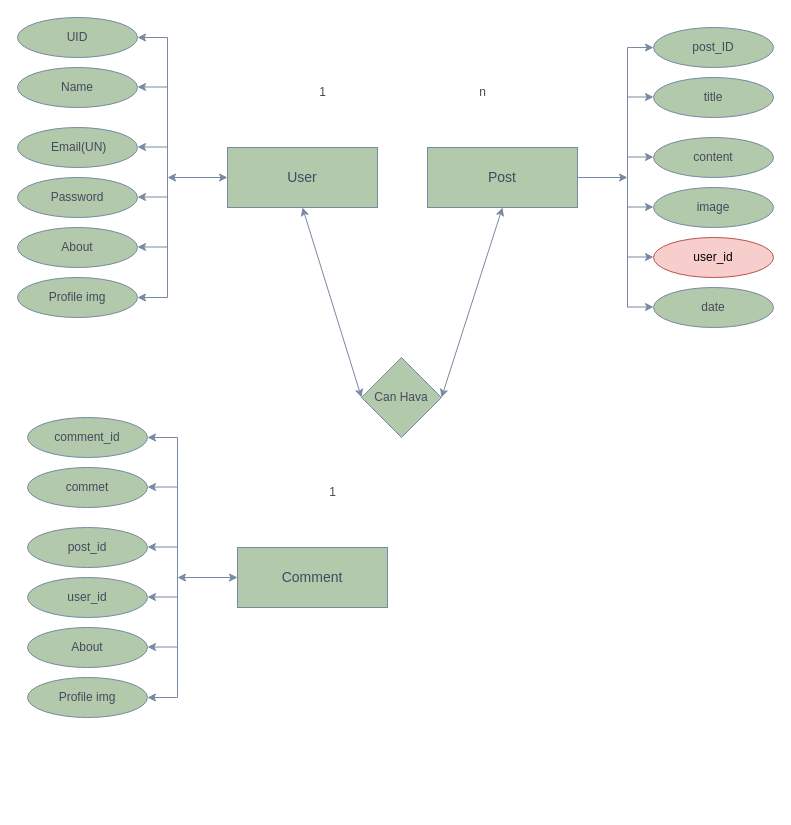
Before: BlogWala Details/Untitled Diagram.drawio in iamsatyamyadav/Blogwala, a draw.io diagram. Source tidied: cells renumbered, new cells numbered last; positions are measured from the earlier drawing's top-left corner, leaving out a move shared by most shapes. Both pictures are drawn from the tidied source at 100%, with x=0, y=0 at pixel (17, 17).
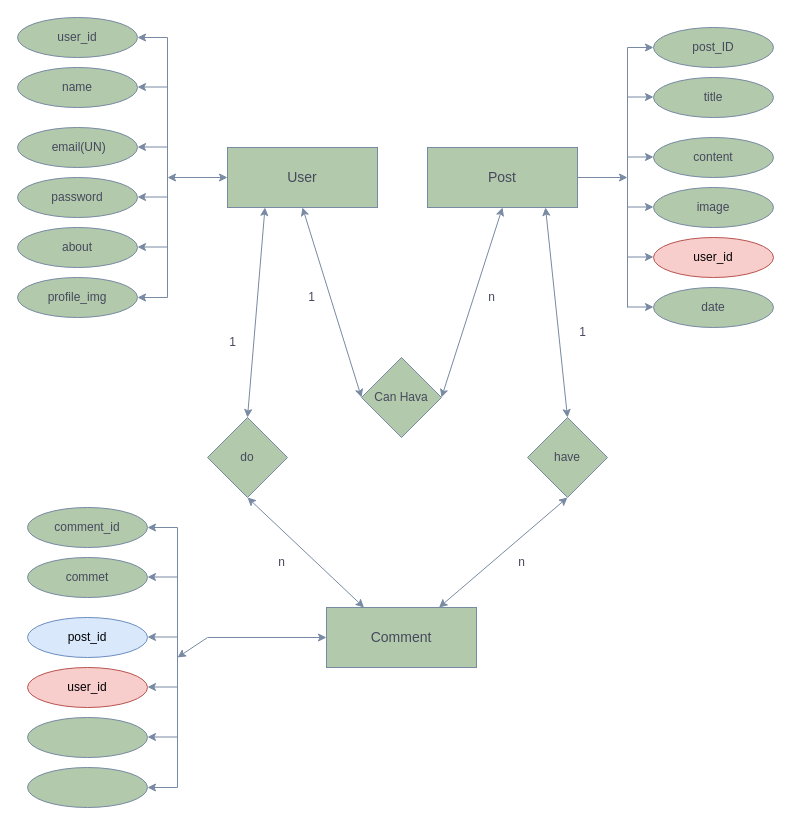
The same page after the edit.

Unchanged cells that the change refers to:
```xml
<mxCell id="16" value="&lt;font style=&quot;font-size: 14px;&quot;&gt;User&lt;/font&gt;" style="rounded=0;whiteSpace=wrap;html=1;labelBackgroundColor=none;fillColor=#B2C9AB;strokeColor=#788AA3;fontColor=#46495D;" parent="1" vertex="1">
  <mxGeometry x="210" y="130" width="150" height="60" as="geometry" />
</mxCell>
```

What changed in the source:
```diff
@@
-    <mxCell id="2" value="UID" style="ellipse;whiteSpace=wrap;html=1;rounded=0;labelBackgroundColor=none;fillColor=#B2C9AB;strokeColor=#788AA3;fontColor=#46495D;" parent="1" vertex="1">
+    <mxCell id="2" value="user_id" style="ellipse;whiteSpace=wrap;html=1;rounded=0;labelBackgroundColor=none;fillColor=#B2C9AB;strokeColor=#788AA3;fontColor=#46495D;" parent="1" vertex="1">
       <mxGeometry width="120" height="40" as="geometry" />
     </mxCell>
-    <mxCell id="3" value="Name" style="ellipse;whiteSpace=wrap;html=1;rounded=0;labelBackgroundColor=none;fillColor=#B2C9AB;strokeColor=#788AA3;fontColor=#46495D;" parent="1" vertex="1">
+    <mxCell id="3" value="name" style="ellipse;whiteSpace=wrap;html=1;rounded=0;labelBackgroundColor=none;fillColor=#B2C9AB;strokeColor=#788AA3;fontColor=#46495D;" parent="1" vertex="1">
       <mxGeometry y="50" width="120" height="40" as="geometry" />
     </mxCell>
-    <mxCell id="4" value="&amp;nbsp;Email(UN)" style="ellipse;whiteSpace=wrap;html=1;rounded=0;labelBackgroundColor=none;fillColor=#B2C9AB;strokeColor=#788AA3;fontColor=#46495D;" parent="1" vertex="1">
+    <mxCell id="4" value="&amp;nbsp;email(UN)" style="ellipse;whiteSpace=wrap;html=1;rounded=0;labelBackgroundColor=none;fillColor=#B2C9AB;strokeColor=#788AA3;fontColor=#46495D;" parent="1" vertex="1">
       <mxGeometry y="110" width="120" height="40" as="geometry" />
     </mxCell>
-    <mxCell id="5" value="Password" style="ellipse;whiteSpace=wrap;html=1;rounded=0;labelBackgroundColor=none;fillColor=#B2C9AB;strokeColor=#788AA3;fontColor=#46495D;" parent="1" vertex="1">
+    <mxCell id="5" value="password" style="ellipse;whiteSpace=wrap;html=1;rounded=0;labelBackgroundColor=none;fillColor=#B2C9AB;strokeColor=#788AA3;fontColor=#46495D;" parent="1" vertex="1">
       <mxGeometry y="160" width="120" height="40" as="geometry" />
     </mxCell>
-    <mxCell id="6" value="About" style="ellipse;whiteSpace=wrap;html=1;rounded=0;labelBackgroundColor=none;fillColor=#B2C9AB;strokeColor=#788AA3;fontColor=#46495D;" parent="1" vertex="1">
+    <mxCell id="6" value="about" style="ellipse;whiteSpace=wrap;html=1;rounded=0;labelBackgroundColor=none;fillColor=#B2C9AB;strokeColor=#788AA3;fontColor=#46495D;" parent="1" vertex="1">
       <mxGeometry y="210" width="120" height="40" as="geometry" />
     </mxCell>
-    <mxCell id="7" value="Profile img" style="ellipse;whiteSpace=wrap;html=1;rounded=0;labelBackgroundColor=none;fillColor=#B2C9AB;strokeColor=#788AA3;fontColor=#46495D;" parent="1" vertex="1">
+    <mxCell id="7" value="profile_img" style="ellipse;whiteSpace=wrap;html=1;rounded=0;labelBackgroundColor=none;fillColor=#B2C9AB;strokeColor=#788AA3;fontColor=#46495D;" parent="1" vertex="1">
       <mxGeometry y="260" width="120" height="40" as="geometry" />
     </mxCell>
@@
     <mxCell id="35" value="1" style="text;html=1;align=center;verticalAlign=middle;strokeColor=none;fillColor=none;fontColor=#46495D;" parent="1" vertex="1">
-      <mxGeometry x="290" y="60" width="30" height="30" as="geometry" />
+      <mxGeometry x="279" y="265" width="30" height="30" as="geometry" />
     </mxCell>
     <mxCell id="36" value="n" style="text;html=1;align=center;verticalAlign=middle;strokeColor=none;fillColor=none;fontColor=#46495D;" parent="1" vertex="1">
-      <mxGeometry x="450" y="60" width="30" height="30" as="geometry" />
+      <mxGeometry x="459" y="265" width="30" height="30" as="geometry" />
     </mxCell>
     <mxCell id="37" value="comment_id" style="ellipse;whiteSpace=wrap;html=1;rounded=0;labelBackgroundColor=none;fillColor=#B2C9AB;strokeColor=#788AA3;fontColor=#46495D;" parent="1" vertex="1">
-      <mxGeometry x="10" y="400" width="120" height="40" as="geometry" />
+      <mxGeometry x="10" y="490" width="120" height="40" as="geometry" />
     </mxCell>
     <mxCell id="38" value="commet" style="ellipse;whiteSpace=wrap;html=1;rounded=0;labelBackgroundColor=none;fillColor=#B2C9AB;strokeColor=#788AA3;fontColor=#46495D;" parent="1" vertex="1">
-      <mxGeometry x="10" y="450" width="120" height="40" as="geometry" />
+      <mxGeometry x="10" y="540" width="120" height="40" as="geometry" />
     </mxCell>
-    <mxCell id="39" value="post_id" style="ellipse;whiteSpace=wrap;html=1;rounded=0;labelBackgroundColor=none;fillColor=#B2C9AB;strokeColor=#788AA3;fontColor=#46495D;" parent="1" vertex="1">
-      <mxGeometry x="10" y="510" width="120" height="40" as="geometry" />
+    <mxCell id="39" value="post_id" style="ellipse;whiteSpace=wrap;html=1;rounded=0;labelBackgroundColor=none;fillColor=#dae8fc;strokeColor=#6c8ebf;" parent="1" vertex="1">
+      <mxGeometry x="10" y="600" width="120" height="40" as="geometry" />
     </mxCell>
-    <mxCell id="40" value="user_id" style="ellipse;whiteSpace=wrap;html=1;rounded=0;labelBackgroundColor=none;fillColor=#B2C9AB;strokeColor=#788AA3;fontColor=#46495D;" parent="1" vertex="1">
-      <mxGeometry x="10" y="560" width="120" height="40" as="geometry" />
+    <mxCell id="40" value="user_id" style="ellipse;whiteSpace=wrap;html=1;rounded=0;labelBackgroundColor=none;fillColor=#f8cecc;strokeColor=#b85450;" parent="1" vertex="1">
+      <mxGeometry x="10" y="650" width="120" height="40" as="geometry" />
     </mxCell>
-    <mxCell id="41" value="About" style="ellipse;whiteSpace=wrap;html=1;rounded=0;labelBackgroundColor=none;fillColor=#B2C9AB;strokeColor=#788AA3;fontColor=#46495D;" parent="1" vertex="1">
-      <mxGeometry x="10" y="610" width="120" height="40" as="geometry" />
+    <mxCell id="41" style="ellipse;whiteSpace=wrap;html=1;rounded=0;labelBackgroundColor=none;fillColor=#B2C9AB;strokeColor=#788AA3;fontColor=#46495D;" parent="1" vertex="1">
+      <mxGeometry x="10" y="700" width="120" height="40" as="geometry" />
     </mxCell>
-    <mxCell id="42" value="Profile img" style="ellipse;whiteSpace=wrap;html=1;rounded=0;labelBackgroundColor=none;fillColor=#B2C9AB;strokeColor=#788AA3;fontColor=#46495D;" parent="1" vertex="1">
-      <mxGeometry x="10" y="660" width="120" height="40" as="geometry" />
+    <mxCell id="42" style="ellipse;whiteSpace=wrap;html=1;rounded=0;labelBackgroundColor=none;fillColor=#B2C9AB;strokeColor=#788AA3;fontColor=#46495D;" parent="1" vertex="1">
+      <mxGeometry x="10" y="750" width="120" height="40" as="geometry" />
     </mxCell>
     <mxCell id="43" style="endArrow=none;html=1;rounded=0;labelBackgroundColor=none;strokeColor=#788AA3;fontColor=default;" parent="1" edge="1">
       <mxGeometry relative="1" as="geometry">
-        <mxPoint x="160" y="680" as="sourcePoint" />
-        <mxPoint x="160" y="420" as="targetPoint" />
+        <mxPoint x="160" y="770" as="sourcePoint" />
+        <mxPoint x="160" y="510" as="targetPoint" />
       </mxGeometry>
     </mxCell>
     <mxCell id="44" style="endArrow=classic;html=1;rounded=0;entryX=1;entryY=0.5;entryDx=0;entryDy=0;labelBackgroundColor=none;strokeColor=#788AA3;fontColor=default;" parent="1" edge="1" target="42">
       <mxGeometry relative="1" as="geometry">
-        <mxPoint x="160" y="680" as="sourcePoint" />
+        <mxPoint x="160" y="770" as="sourcePoint" />
       </mxGeometry>
     </mxCell>
     <mxCell id="45" style="endArrow=classic;html=1;rounded=0;entryX=1;entryY=0.5;entryDx=0;entryDy=0;labelBackgroundColor=none;strokeColor=#788AA3;fontColor=default;" parent="1" edge="1">
       <mxGeometry relative="1" as="geometry">
-        <mxPoint x="160" y="529.5" as="sourcePoint" />
-        <mxPoint x="130" y="529.5" as="targetPoint" />
+        <mxPoint x="160" y="619.5" as="sourcePoint" />
+        <mxPoint x="130" y="619.5" as="targetPoint" />
       </mxGeometry>
     </mxCell>
     <mxCell id="46" style="endArrow=classic;html=1;rounded=0;entryX=1;entryY=0.5;entryDx=0;entryDy=0;labelBackgroundColor=none;strokeColor=#788AA3;fontColor=default;" parent="1" edge="1">
       <mxGeometry relative="1" as="geometry">
-        <mxPoint x="160" y="469.5" as="sourcePoint" />
-        <mxPoint x="130" y="469.5" as="targetPoint" />
+        <mxPoint x="160" y="559.5" as="sourcePoint" />
+        <mxPoint x="130" y="559.5" as="targetPoint" />
       </mxGeometry>
     </mxCell>
     <mxCell id="47" style="endArrow=classic;html=1;rounded=0;entryX=1;entryY=0.5;entryDx=0;entryDy=0;labelBackgroundColor=none;strokeColor=#788AA3;fontColor=default;" parent="1" edge="1">
       <mxGeometry relative="1" as="geometry">
-        <mxPoint x="160" y="420" as="sourcePoint" />
-        <mxPoint x="130" y="420" as="targetPoint" />
+        <mxPoint x="160" y="510" as="sourcePoint" />
+        <mxPoint x="130" y="510" as="targetPoint" />
       </mxGeometry>
     </mxCell>
     <mxCell id="48" style="endArrow=classic;html=1;rounded=0;entryX=1;entryY=0.5;entryDx=0;entryDy=0;labelBackgroundColor=none;strokeColor=#788AA3;fontColor=default;" parent="1" edge="1">
       <mxGeometry relative="1" as="geometry">
-        <mxPoint x="160" y="579.5" as="sourcePoint" />
-        <mxPoint x="130" y="579.5" as="targetPoint" />
+        <mxPoint x="160" y="669.5" as="sourcePoint" />
+        <mxPoint x="130" y="669.5" as="targetPoint" />
       </mxGeometry>
     </mxCell>
     <mxCell id="49" style="endArrow=classic;html=1;rounded=0;entryX=1;entryY=0.5;entryDx=0;entryDy=0;labelBackgroundColor=none;strokeColor=#788AA3;fontColor=default;" parent="1" edge="1">
       <mxGeometry relative="1" as="geometry">
-        <mxPoint x="160" y="629.5" as="sourcePoint" />
-        <mxPoint x="130" y="629.5" as="targetPoint" />
+        <mxPoint x="160" y="719.5" as="sourcePoint" />
+        <mxPoint x="130" y="719.5" as="targetPoint" />
       </mxGeometry>
     </mxCell>
     <mxCell id="50" style="endArrow=classic;startArrow=classic;html=1;rounded=0;entryX=0;entryY=0.5;entryDx=0;entryDy=0;labelBackgroundColor=none;strokeColor=#788AA3;fontColor=default;" parent="1" edge="1" target="51">
       <mxGeometry relative="1" as="geometry">
-        <mxPoint x="160" y="560" as="sourcePoint" />
+        <mxPoint x="160" y="640" as="sourcePoint" />
+        <Array as="points">
+          <mxPoint x="190" y="620" />
+        </Array>
       </mxGeometry>
     </mxCell>
     <mxCell id="51" value="&lt;span style=&quot;font-size: 14px;&quot;&gt;Comment&lt;/span&gt;" style="rounded=0;whiteSpace=wrap;html=1;labelBackgroundColor=none;fillColor=#B2C9AB;strokeColor=#788AA3;fontColor=#46495D;" parent="1" vertex="1">
-      <mxGeometry x="220" y="530" width="150" height="60" as="geometry" />
+      <mxGeometry x="309" y="590" width="150" height="60" as="geometry" />
     </mxCell>
-    <mxCell id="52" value="1" style="text;html=1;align=center;verticalAlign=middle;strokeColor=none;fillColor=none;fontColor=#46495D;" parent="1" vertex="1">
-      <mxGeometry x="300" y="460" width="30" height="30" as="geometry" />
-    </mxCell>
+    <mxCell id="53" value="do" style="rhombus;whiteSpace=wrap;html=1;strokeColor=#788AA3;fontColor=#46495D;fillColor=#B2C9AB;" parent="1" vertex="1">
+      <mxGeometry x="190" y="400" width="80" height="80" as="geometry" />
+    </mxCell>
+    <mxCell id="54" style="endArrow=classic;startArrow=classic;html=1;rounded=0;strokeColor=#788AA3;fontColor=#46495D;fillColor=#B2C9AB;entryX=0.25;entryY=1;entryDx=0;entryDy=0;exitX=0.5;exitY=0;exitDx=0;exitDy=0;" parent="1" edge="1" source="53" target="16">
+      <mxGeometry relative="1" as="geometry" />
+    </mxCell>
+    <mxCell id="55" style="endArrow=classic;startArrow=classic;html=1;rounded=0;strokeColor=#788AA3;fontColor=#46495D;fillColor=#B2C9AB;exitX=0.25;exitY=0;exitDx=0;exitDy=0;entryX=0.5;entryY=1;entryDx=0;entryDy=0;" parent="1" edge="1" source="51" target="53">
+      <mxGeometry relative="1" as="geometry" />
+    </mxCell>
+    <mxCell id="56" value="have" style="rhombus;whiteSpace=wrap;html=1;strokeColor=#788AA3;fontColor=#46495D;fillColor=#B2C9AB;" parent="1" vertex="1">
+      <mxGeometry x="510" y="400" width="80" height="80" as="geometry" />
+    </mxCell>
+    <mxCell id="57" value="1" style="text;html=1;align=center;verticalAlign=middle;strokeColor=none;fillColor=none;fontColor=#46495D;" parent="1" vertex="1">
+      <mxGeometry x="200" y="310" width="30" height="30" as="geometry" />
+    </mxCell>
+    <mxCell id="58" value="n" style="text;html=1;align=center;verticalAlign=middle;strokeColor=none;fillColor=none;fontColor=#46495D;" parent="1" vertex="1">
+      <mxGeometry x="249" y="530" width="30" height="30" as="geometry" />
+    </mxCell>
+    <mxCell id="59" style="endArrow=classic;startArrow=classic;html=1;rounded=0;strokeColor=#788AA3;fontColor=#46495D;fillColor=#B2C9AB;entryX=0.25;entryY=1;entryDx=0;entryDy=0;exitX=0.5;exitY=0;exitDx=0;exitDy=0;" parent="1" edge="1" source="56">
+      <mxGeometry relative="1" as="geometry">
+        <mxPoint x="528" y="190" as="targetPoint" />
+      </mxGeometry>
+    </mxCell>
+    <mxCell id="60" style="endArrow=classic;startArrow=classic;html=1;rounded=0;strokeColor=#788AA3;fontColor=#46495D;fillColor=#B2C9AB;exitX=0.75;exitY=0;exitDx=0;exitDy=0;entryX=0.5;entryY=1;entryDx=0;entryDy=0;" parent="1" edge="1" source="51" target="56">
+      <mxGeometry relative="1" as="geometry" />
+    </mxCell>
+    <mxCell id="61" value="1" style="text;html=1;align=center;verticalAlign=middle;strokeColor=none;fillColor=none;fontColor=#46495D;" parent="1" vertex="1">
+      <mxGeometry x="550" y="300" width="30" height="30" as="geometry" />
+    </mxCell>
+    <mxCell id="62" value="n" style="text;html=1;align=center;verticalAlign=middle;strokeColor=none;fillColor=none;fontColor=#46495D;" parent="1" vertex="1">
+      <mxGeometry x="489" y="530" width="30" height="30" as="geometry" />
+    </mxCell>
```
